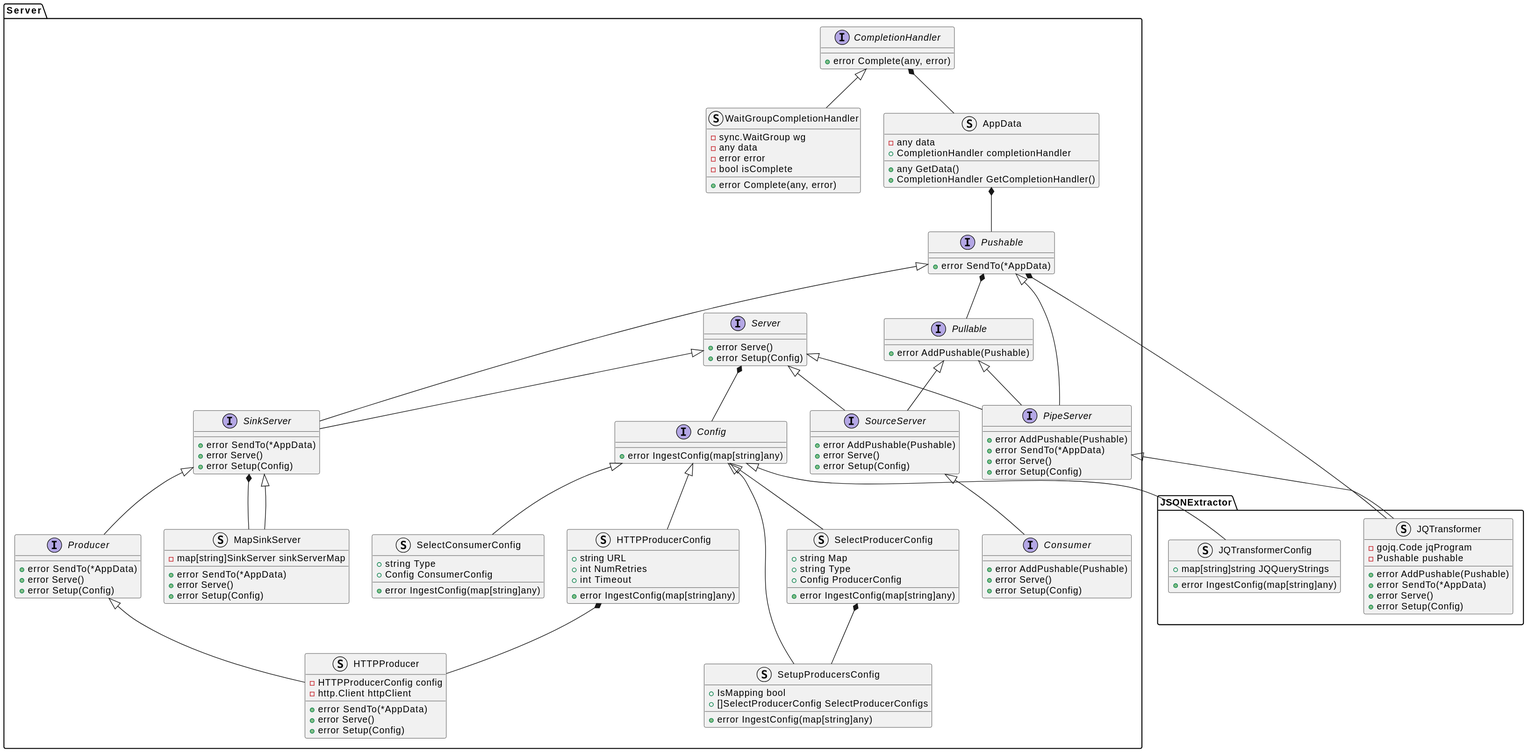
Earlier version of the PlantUML export docs/design_notes/DN1_JSON_Extractor/class_diagram.svg (xtuml/otel2pv).
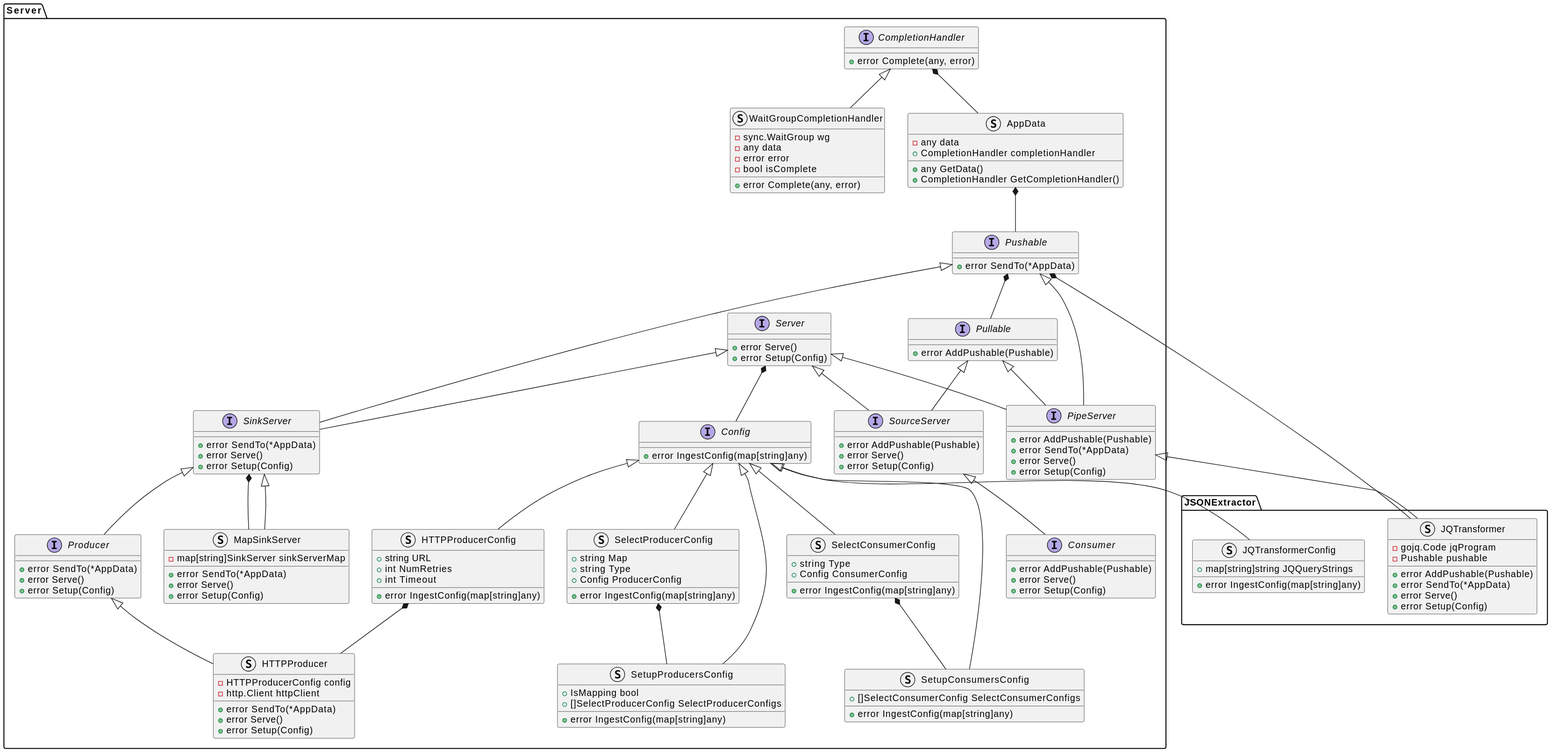
After the change.

Commit message:
Cdsopv 85 create setup consumers config (#44)

What changed in the source:
```diff
@@ -104,6 +104,10 @@
         +Config ConsumerConfig
         +error IngestConfig(map[string]any)
     }
+    struct SetupConsumersConfig {
+        +[]SelectConsumerConfig SelectConsumerConfigs
+        +error IngestConfig(map[string]any)
+    }
 }
 Server.CompletionHandler <|-- Server.WaitGroupCompletionHandler
 Server.CompletionHandler *-- Server.AppData
@@ -132,7 +136,9 @@
 Server.Config <|-- Server.SelectProducerConfig
 Server.Config <|-- Server.SetupProducersConfig
 Server.Config <|-- Server.SelectConsumerConfig
+Server.Config <|-- Server.SetupConsumersConfig
 Server.SelectProducerConfig *-- Server.SetupProducersConfig
+Server.SelectConsumerConfig *-- Server.SetupConsumersConfig
 Server.Producer <|-- Server.HTTPProducer
 Server.HTTPProducerConfig *-- Server.HTTPProducer
 @enduml
```
